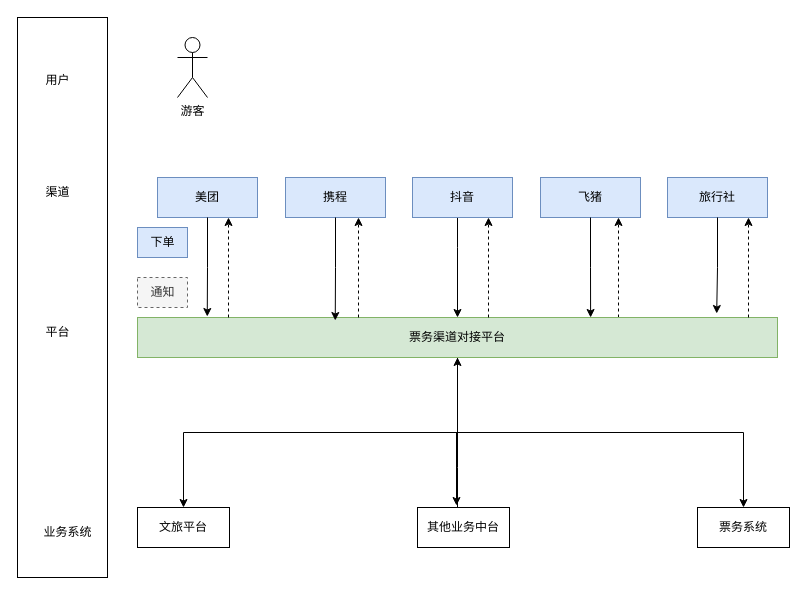
This is page "缓存处理逻辑" (2 of 3) of xctp.drawio from devfox88/draw-house, a draw.io file, before an edit. Source tidied: cells renumbered, new cells numbered last; positions are measured from the earlier drawing's top-left corner, leaving out a move shared by most shapes. Both pictures are drawn from the tidied source at 100%, with x=0, y=0 at pixel (17, 17).
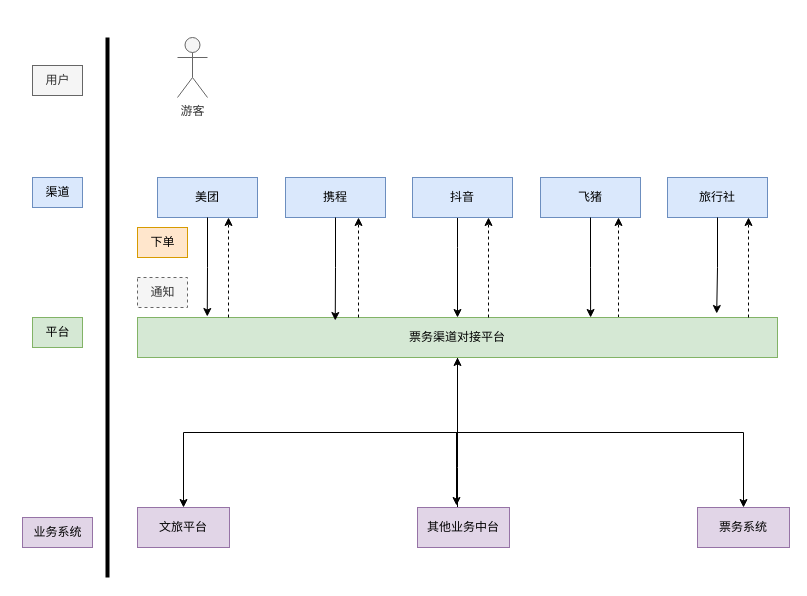
The same page after the edit.

What changed in the source:
```diff
@@
-    <mxCell id="2" style="rounded=0;whiteSpace=wrap;html=1;" parent="1" vertex="1">
-      <mxGeometry width="90" height="560" as="geometry" />
-    </mxCell>
@@
-    <mxCell id="4" value="游客" style="shape=umlActor;verticalLabelPosition=bottom;verticalAlign=top;html=1;" parent="1" vertex="1">
+    <mxCell id="4" value="游客" style="shape=umlActor;verticalLabelPosition=bottom;verticalAlign=top;html=1;fillColor=#f5f5f5;fontColor=#333333;strokeColor=#666666;" parent="1" vertex="1">
       <mxGeometry x="160" y="20" width="30" height="60" as="geometry" />
     </mxCell>
@@
-    <mxCell id="10" value="用户" style="text;html=1;align=center;verticalAlign=middle;strokeColor=none;fillColor=none;" parent="1" vertex="1">
+    <mxCell id="10" value="用户" style="text;html=1;align=center;verticalAlign=middle;strokeColor=#666666;fillColor=#f5f5f5;fontColor=#333333;" parent="1" vertex="1">
       <mxGeometry x="15" y="48" width="50" height="30" as="geometry" />
     </mxCell>
-    <mxCell id="11" value="渠道" style="text;html=1;align=center;verticalAlign=middle;strokeColor=none;fillColor=none;" parent="1" vertex="1">
+    <mxCell id="11" value="渠道" style="text;html=1;align=center;verticalAlign=middle;strokeColor=#6c8ebf;fillColor=#dae8fc;" parent="1" vertex="1">
       <mxGeometry x="15" y="160" width="50" height="30" as="geometry" />
     </mxCell>
-    <mxCell id="12" value="平台" style="text;html=1;align=center;verticalAlign=middle;strokeColor=none;fillColor=none;" parent="1" vertex="1">
+    <mxCell id="12" value="平台" style="text;html=1;align=center;verticalAlign=middle;strokeColor=#82b366;fillColor=#d5e8d4;" parent="1" vertex="1">
       <mxGeometry x="15" y="300" width="50" height="30" as="geometry" />
     </mxCell>
-    <mxCell id="13" value="业务系统" style="text;html=1;align=center;verticalAlign=middle;strokeColor=none;fillColor=none;" parent="1" vertex="1">
-      <mxGeometry x="15" y="500" width="70" height="30" as="geometry" />
+    <mxCell id="13" value="业务系统" style="text;html=1;align=center;verticalAlign=middle;strokeColor=#9673a6;fillColor=#e1d5e7;" parent="1" vertex="1">
+      <mxGeometry x="5" y="500" width="70" height="30" as="geometry" />
     </mxCell>
@@
-    <mxCell id="19" value="文旅平台" style="rounded=0;whiteSpace=wrap;html=1;flipH=1;" parent="1" vertex="1">
+    <mxCell id="19" value="文旅平台" style="rounded=0;whiteSpace=wrap;html=1;flipH=1;fillColor=#e1d5e7;strokeColor=#9673a6;" parent="1" vertex="1">
       <mxGeometry x="120" y="490" width="92" height="40" as="geometry" />
     </mxCell>
@@
-    <mxCell id="21" value="其他业务中台" style="rounded=0;whiteSpace=wrap;html=1;flipH=1;" parent="1" vertex="1">
+    <mxCell id="21" value="其他业务中台" style="rounded=0;whiteSpace=wrap;html=1;flipH=1;fillColor=#e1d5e7;strokeColor=#9673a6;" parent="1" vertex="1">
       <mxGeometry x="400" y="490" width="92" height="40" as="geometry" />
     </mxCell>
-    <mxCell id="22" value="票务系统" style="rounded=0;whiteSpace=wrap;html=1;flipH=1;" parent="1" vertex="1">
+    <mxCell id="22" value="票务系统" style="rounded=0;whiteSpace=wrap;html=1;flipH=1;fillColor=#e1d5e7;strokeColor=#9673a6;" parent="1" vertex="1">
       <mxGeometry x="680" y="490" width="92" height="40" as="geometry" />
     </mxCell>
@@
-    <mxCell id="32" value="下单" style="text;html=1;align=center;verticalAlign=middle;strokeColor=#6c8ebf;fillColor=#dae8fc;" parent="1" vertex="1">
+    <mxCell id="32" value="下单" style="text;html=1;align=center;verticalAlign=middle;strokeColor=#d79b00;fillColor=#ffe6cc;" parent="1" vertex="1">
       <mxGeometry x="120" y="210" width="50" height="30" as="geometry" />
     </mxCell>
+    <mxCell id="33" style="line;strokeWidth=4;direction=south;html=1;perimeter=backbonePerimeter;" parent="1" vertex="1">
+      <mxGeometry x="85" y="20" width="10" height="540" as="geometry" />
+    </mxCell>
```
